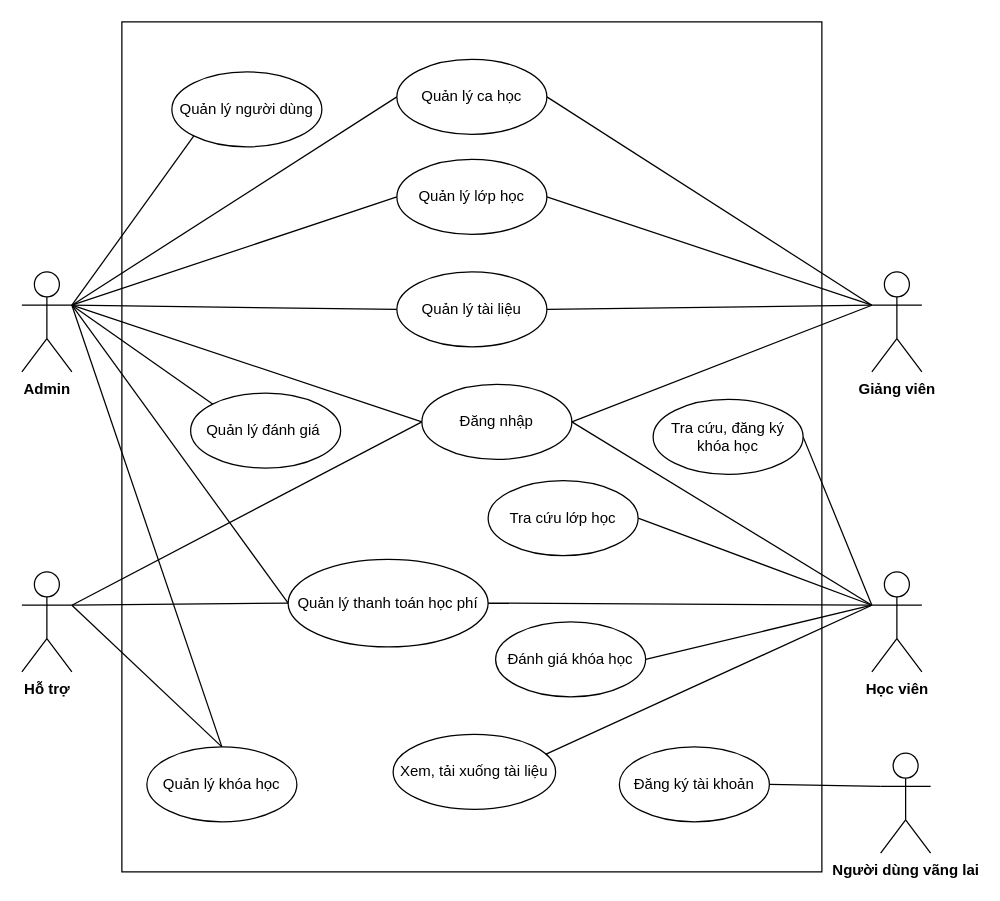
Above: page "Usecase tổng quát" (1 of 13) of usecase.drawio in dctuyen/myFinalYearProject (draw.io), before the change. Source tidied: cells renumbered, new cells numbered last; positions are measured from the earlier drawing's top-left corner, leaving out a move shared by most shapes. Both pictures are drawn from the tidied source at 125%, with x=0, y=0 at pixel (21, 21).
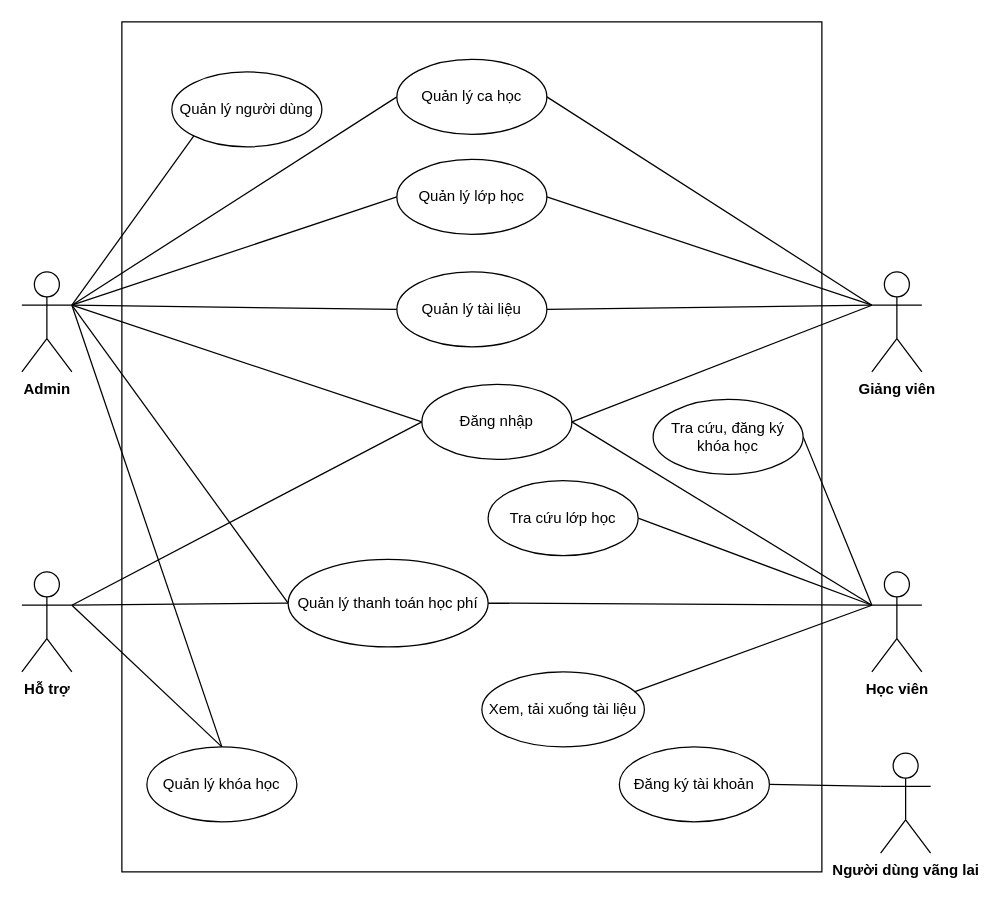
Above is the later version.

The change refers to these unchanged cells:
```xml
<mxCell id="4" value="&lt;b&gt;Admin&lt;/b&gt;" style="shape=umlActor;verticalLabelPosition=bottom;verticalAlign=top;html=1;outlineConnect=0;" parent="1" vertex="1">
  <mxGeometry y="200" width="40" height="80" as="geometry" />
</mxCell>
<mxCell id="21" value="&lt;b&gt;Học viên&lt;/b&gt;" style="shape=umlActor;verticalLabelPosition=bottom;verticalAlign=top;html=1;outlineConnect=0;" parent="1" vertex="1">
  <mxGeometry x="680" y="440" width="40" height="80" as="geometry" />
</mxCell>
```

Change to the diagram source:
```diff
@@
-    <mxCell id="23" value="Quản lý đánh giá&amp;nbsp;" style="ellipse;whiteSpace=wrap;html=1;verticalAlign=middle;" parent="1" vertex="1">
-      <mxGeometry x="135" y="297" width="120" height="60" as="geometry" />
-    </mxCell>
-    <mxCell id="24" style="rounded=1;jettySize=auto;html=1;endArrow=none;endFill=0;exitX=1;exitY=0.3333333333333333;exitDx=0;exitDy=0;exitPerimeter=0;entryX=0;entryY=0;entryDx=0;entryDy=0;" parent="1" edge="1" source="4" target="23">
-      <mxGeometry relative="1" as="geometry" />
-    </mxCell>
@@
-    <mxCell id="28" value="Đánh giá khóa học" style="ellipse;whiteSpace=wrap;html=1;verticalAlign=middle;" parent="1" vertex="1">
-      <mxGeometry x="379" y="480" width="120" height="60" as="geometry" />
-    </mxCell>
-    <mxCell id="29" style="edgeStyle=none;rounded=1;jettySize=auto;html=1;endArrow=none;endFill=0;exitX=0;exitY=0.3333333333333333;exitDx=0;exitDy=0;exitPerimeter=0;entryX=1;entryY=0.5;entryDx=0;entryDy=0;" parent="1" edge="1" source="21" target="28">
-      <mxGeometry relative="1" as="geometry" />
-    </mxCell>
@@
     <mxCell id="35" value="Xem, tải xuống tài liệu" style="ellipse;whiteSpace=wrap;html=1;verticalAlign=middle;" parent="1" vertex="1">
-      <mxGeometry x="297" y="570" width="130" height="60" as="geometry" />
+      <mxGeometry x="368" y="520" width="130" height="60" as="geometry" />
     </mxCell>
```
